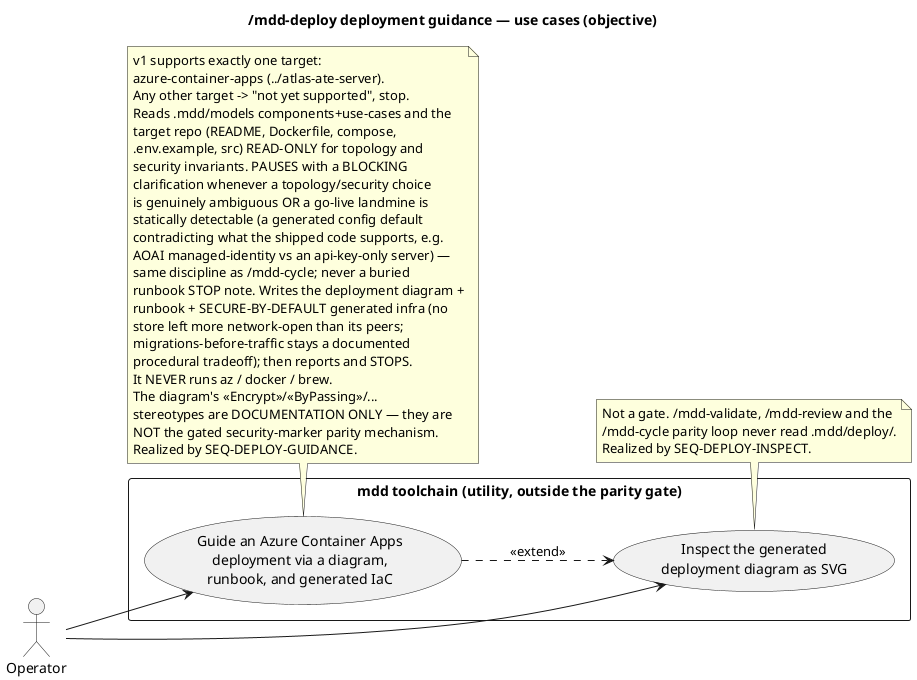
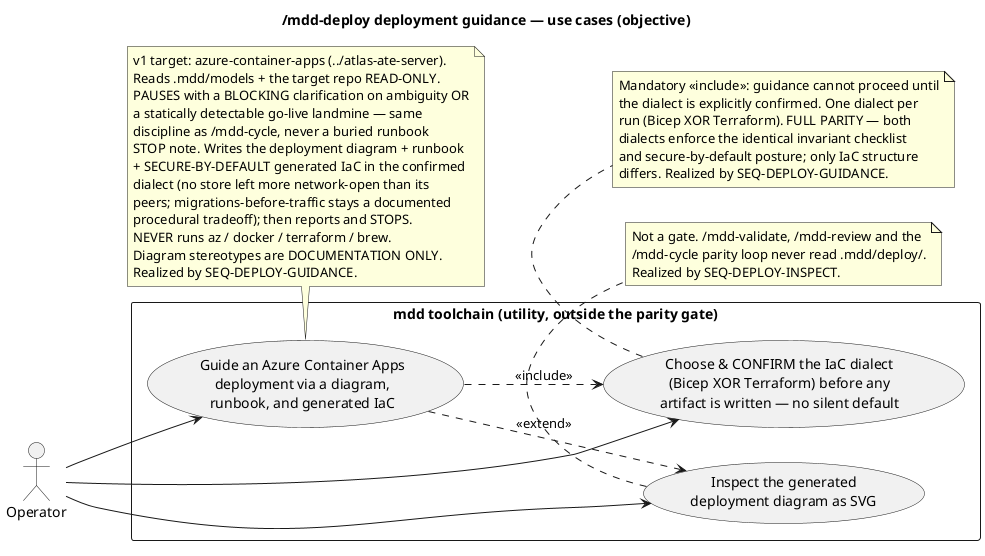
@startuml
' @id(USE-DEPLOY-GUIDANCE)
' @id(USE-DEPLOY-INSPECT)
+ ' @id(USE-DEPLOY-DIALECT)
'
- ' Objective-side use cases for the new /mdd-deploy utility skill. This is
- ' a STANDALONE skill, a sibling of /mdd-render: it is NOT wired into
- ' /mdd-cycle, /mdd-map, /mdd-validate, or /mdd-review and never touches
- ' the current<->objective parity gate. It guides an Azure Container Apps
- ' deployment of a target repo; it never executes a deploy command.
+ ' Objective-side use cases for the /mdd-deploy utility skill. STANDALONE,
+ ' a sibling of /mdd-render: NOT wired into /mdd-cycle, /mdd-map,
+ ' /mdd-validate, or /mdd-review; never executes a deploy command.
'
- ' @desc(USE-DEPLOY-GUIDANCE, "Operator runs /mdd-deploy with a one-line deployment description; the skill produces a UML deployment diagram, secure-by-default generated Bicep IaC (no store left more network-open than its peers — auto-hardened, not a deferred decision), and an explicit copy-pasteable command runbook that preserves the target's security invariants. It pauses with a blocking clarification on ambiguity AND on any statically detectable go-live landmine (a generated config default contradicting what the shipped code supports). The skill executes nothing — the human runs the commands.")
- ' @desc(USE-DEPLOY-INSPECT, "Operator inspects the generated deployment diagram visually: /mdd-render is extended to also rasterize .mdd/deploy/**/*.puml to .mdd/rendered/deploy/**/*.svg. Additive and non-gating.")
+ ' CHANGE (this cycle): /mdd-deploy gains a second IaC dialect. The
+ ' operator picks ONE dialect per run — Bicep XOR Terraform — and that
+ ' choice MUST be explicitly confirmed via a blocking pause BEFORE any
+ ' deploy artifact (diagram.puml, runbook.md, or generated IaC) is
+ ' written. There is NO silent default: even Bicep, implicit today, now
+ ' requires the confirmation. Both dialects enforce the SAME invariant
+ ' checklist and the SAME secure-by-default network posture (full
+ ' parity); only the generated IaC structure differs.
+ '
+ ' @desc(USE-DEPLOY-GUIDANCE, "Operator runs /mdd-deploy with a one-line deployment description; the skill produces a UML deployment diagram, secure-by-default generated IaC in the CONFIRMED dialect (Bicep XOR Terraform — one per run, no silent default), and an explicit copy-pasteable runbook that preserves the target's security invariants identically for either dialect. It pauses with a blocking clarification on ambiguity, on any statically detectable go-live landmine, AND — new — to confirm the IaC dialect before writing anything. The skill executes nothing — the human runs the commands.")
+ ' @desc(USE-DEPLOY-INSPECT, "Operator inspects the generated deployment diagram visually: /mdd-render also rasterizes .mdd/deploy/**/*.puml to .mdd/rendered/deploy/**/*.svg. Additive and non-gating.")
+ ' @desc(USE-DEPLOY-DIALECT, "Before any deploy artifact is created, /mdd-deploy resolves the requested IaC dialect from the description (Bicep or Terraform), presents it back, and BLOCKS for an explicit operator confirmation — the same discipline as the landmine pause. No silent default: an unconfirmed or unspecified dialect halts the skill before diagram.puml / runbook.md / generated IaC are written. Exactly one dialect per run; Terraform enforces the same invariants + secure-by-default posture as Bicep, differing only in structure (main.tf + modules + azurerm provider + remote state backend).")
title /mdd-deploy deployment guidance — use cases (objective)

left to right direction

actor "Operator" as Op

rectangle "mdd toolchain (utility, outside the parity gate)" {
  usecase "Guide an Azure Container Apps\ndeployment via a diagram,\nrunbook, and generated IaC" as Guide
+   usecase "Choose & CONFIRM the IaC dialect\n(Bicep XOR Terraform) before any\nartifact is written — no silent default" as Dialect
  usecase "Inspect the generated\ndeployment diagram as SVG" as Inspect
}

Op --> Guide
+ Op --> Dialect
Op --> Inspect

+ Guide ..> Dialect : <<include>>
Guide ..> Inspect : <<extend>>

note bottom of Guide
-   v1 supports exactly one target:
-   azure-container-apps (../atlas-ate-server).
-   Any other target -> "not yet supported", stop.
-   Reads .mdd/models components+use-cases and the
-   target repo (README, Dockerfile, compose,
-   .env.example, src) READ-ONLY for topology and
-   security invariants. PAUSES with a BLOCKING
-   clarification whenever a topology/security choice
-   is genuinely ambiguous OR a go-live landmine is
-   statically detectable (a generated config default
-   contradicting what the shipped code supports, e.g.
-   AOAI managed-identity vs an api-key-only server) —
-   same discipline as /mdd-cycle; never a buried
-   runbook STOP note. Writes the deployment diagram +
-   runbook + SECURE-BY-DEFAULT generated infra (no
-   store left more network-open than its peers;
-   migrations-before-traffic stays a documented
+   v1 target: azure-container-apps (../atlas-ate-server).
+   Reads .mdd/models + the target repo READ-ONLY.
+   PAUSES with a BLOCKING clarification on ambiguity OR
+   a statically detectable go-live landmine — same
+   discipline as /mdd-cycle, never a buried runbook
+   STOP note. Writes the deployment diagram + runbook
+   + SECURE-BY-DEFAULT generated IaC in the confirmed
+   dialect (no store left more network-open than its
+   peers; migrations-before-traffic stays a documented
  procedural tradeoff); then reports and STOPS.
-   It NEVER runs az / docker / brew.
-   The diagram's <<Encrypt>>/<<ByPassing>>/...
-   stereotypes are DOCUMENTATION ONLY — they are
-   NOT the gated security-marker parity mechanism.
+   NEVER runs az / docker / terraform / brew.
+   Diagram stereotypes are DOCUMENTATION ONLY.
  Realized by SEQ-DEPLOY-GUIDANCE.
+ end note
+ 
+ note bottom of Dialect
+   Mandatory <<include>>: guidance cannot proceed until
+   the dialect is explicitly confirmed. One dialect per
+   run (Bicep XOR Terraform). FULL PARITY — both
+   dialects enforce the identical invariant checklist
+   and secure-by-default posture; only IaC structure
+   differs. Realized by SEQ-DEPLOY-GUIDANCE.
end note

note bottom of Inspect
  Not a gate. /mdd-validate, /mdd-review and the
  /mdd-cycle parity loop never read .mdd/deploy/.
  Realized by SEQ-DEPLOY-INSPECT.
end note
@enduml
